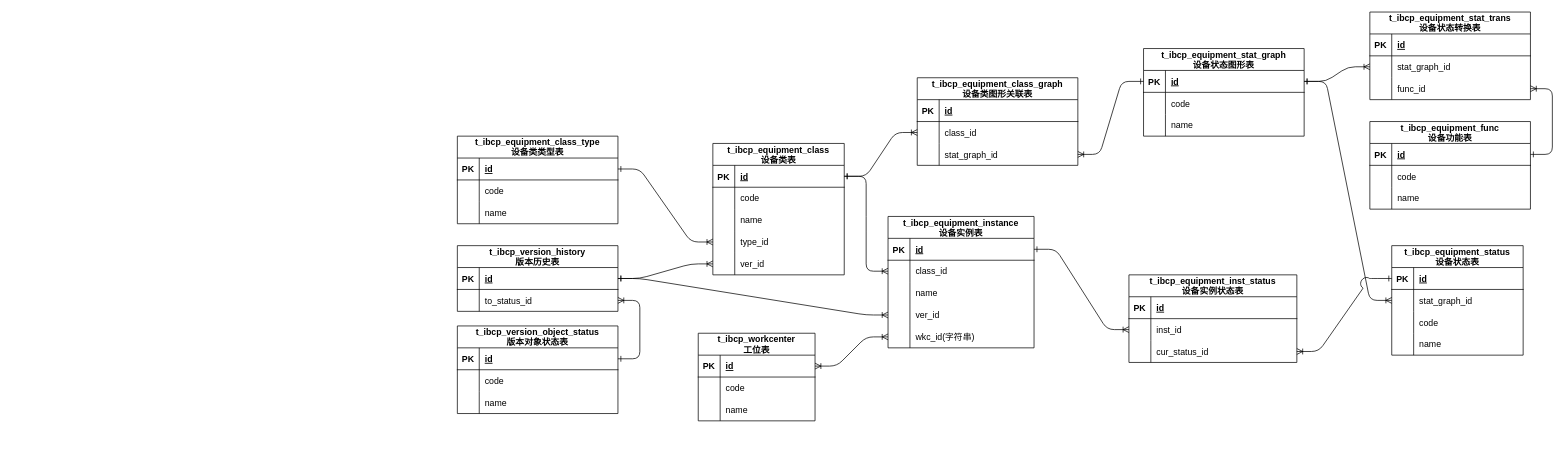
Earlier version of the draw.io diagram page "设备" (10 of 10) of mes/db.drawio (FreshCabbage666/drawio). Source tidied: cells renumbered, new cells numbered last; positions are measured from the earlier drawing's top-left corner, leaving out a move shared by most shapes. Both pictures are drawn from the tidied source at 73%, with x=0, y=0 at pixel (457, 12).
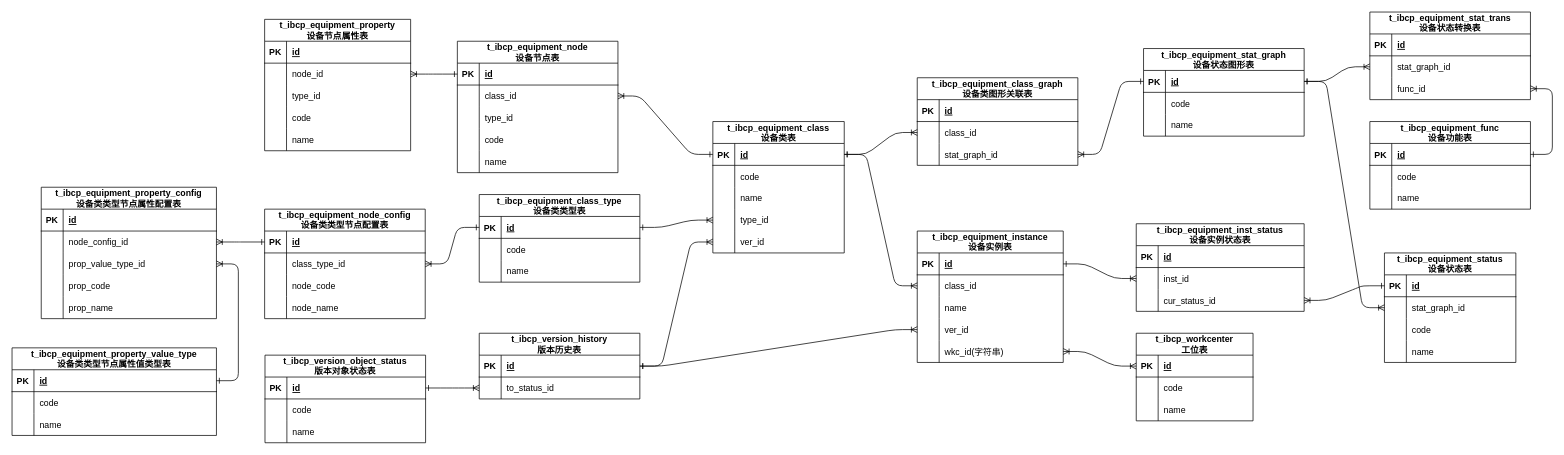
After the change.

The change refers to these unchanged cells:
```xml
<mxCell id="3" style="shape=partialRectangle;fillColor=none;points=[[0,0.5],[1,0.5]];portConstraint=eastwest;top=0;left=0;right=0;bottom=1;" parent="2" vertex="1">
  <mxGeometry y="30" width="180" height="30" as="geometry" />
</mxCell>
<mxCell id="20" style="shape=partialRectangle;fillColor=none;points=[[0,0.5],[1,0.5]];portConstraint=eastwest;top=0;left=0;right=0;bottom=1;" parent="19" vertex="1">
  <mxGeometry y="30" width="220" height="30" as="geometry" />
</mxCell>
```

What changed in the source:
```diff
@@
     <mxCell id="2" value="t_ibcp_equipment_class&#10;设备类表" style="shape=table;startSize=30;childLayout=tableLayout;rowLines=0;fontStyle=1;align=center;" parent="1" vertex="1">
-      <mxGeometry x="350" y="180" width="180" height="180" as="geometry" />
+      <mxGeometry x="350" y="150" width="180" height="180" as="geometry" />
     </mxCell>
@@
     <mxCell id="19" value="t_ibcp_equipment_class_type&#10;设备类类型表" style="shape=table;startSize=30;childLayout=tableLayout;rowLines=0;fontStyle=1;align=center;" parent="1" vertex="1">
-      <mxGeometry y="170" width="220" height="120" as="geometry" />
+      <mxGeometry x="30" y="250" width="220" height="120" as="geometry" />
     </mxCell>
@@
     <mxCell id="30" value="t_ibcp_version_object_status&#10;版本对象状态表" style="shape=table;startSize=30;childLayout=tableLayout;rowLines=0;fontStyle=1;align=center;" parent="1" vertex="1">
-      <mxGeometry y="430" width="220" height="120" as="geometry" />
+      <mxGeometry x="-263.5" y="470" width="220" height="120" as="geometry" />
     </mxCell>
@@
     <mxCell id="40" value="t_ibcp_version_history&#10;版本历史表" style="shape=table;startSize=30;childLayout=tableLayout;rowLines=0;fontStyle=1;align=center;" parent="1" vertex="1">
-      <mxGeometry y="320" width="220" height="90" as="geometry" />
+      <mxGeometry x="30" y="440" width="220" height="90" as="geometry" />
     </mxCell>
@@
     <mxCell id="59" value="t_ibcp_equipment_instance&#10;设备实例表" style="shape=table;startSize=30;childLayout=tableLayout;rowLines=0;fontStyle=1;align=center;" parent="1" vertex="1">
-      <mxGeometry x="590" y="280" width="200" height="180" as="geometry" />
+      <mxGeometry x="630" y="300" width="200" height="180" as="geometry" />
     </mxCell>
@@
     <mxCell id="76" value="t_ibcp_workcenter&#10;工位表" style="shape=table;startSize=30;childLayout=tableLayout;rowLines=0;fontStyle=1;align=center;" parent="1" vertex="1">
-      <mxGeometry x="330" y="440" width="160" height="120" as="geometry" />
+      <mxGeometry x="930" y="440" width="160" height="120" as="geometry" />
     </mxCell>
@@
     <mxCell id="98" value="t_ibcp_equipment_status&#10;设备状态表" style="shape=table;startSize=30;childLayout=tableLayout;rowLines=0;fontStyle=1;align=center;" parent="1" vertex="1">
-      <mxGeometry x="1280" y="320" width="180" height="150" as="geometry" />
+      <mxGeometry x="1270" y="330" width="180" height="150" as="geometry" />
     </mxCell>
@@
     <mxCell id="112" value="t_ibcp_equipment_inst_status&#10;设备实例状态表" style="shape=table;startSize=30;childLayout=tableLayout;rowLines=0;fontStyle=1;align=center;" parent="1" vertex="1">
-      <mxGeometry x="920" y="360" width="230" height="120" as="geometry" />
+      <mxGeometry x="930" y="290" width="230" height="120" as="geometry" />
     </mxCell>
@@
+    <mxCell id="147" value="t_ibcp_equipment_node_config&#10;设备类类型节点配置表" style="shape=table;startSize=30;childLayout=tableLayout;rowLines=0;fontStyle=1;align=center;" parent="1" vertex="1">
+      <mxGeometry x="-264" y="270" width="220" height="150" as="geometry" />
+    </mxCell>
+    <mxCell id="148" style="shape=partialRectangle;fillColor=none;points=[[0,0.5],[1,0.5]];portConstraint=eastwest;top=0;left=0;right=0;bottom=1;" parent="147" vertex="1">
+      <mxGeometry y="30" width="220" height="30" as="geometry" />
+    </mxCell>
+    <mxCell id="149" value="PK" style="shape=partialRectangle;overflow=hidden;fillColor=none;top=0;left=0;bottom=0;right=0;fontStyle=1;" parent="148" vertex="1">
+      <mxGeometry width="30" height="30" as="geometry" />
+    </mxCell>
+    <mxCell id="150" value="id" style="shape=partialRectangle;overflow=hidden;fillColor=none;top=0;left=0;bottom=0;right=0;align=left;spacingLeft=6;fontStyle=5;" parent="148" vertex="1">
+      <mxGeometry x="30" width="190" height="30" as="geometry" />
+    </mxCell>
+    <mxCell id="151" style="shape=partialRectangle;fillColor=none;points=[[0,0.5],[1,0.5]];portConstraint=eastwest;top=0;left=0;right=0;bottom=0;" parent="147" vertex="1">
+      <mxGeometry y="60" width="220" height="30" as="geometry" />
+    </mxCell>
+    <mxCell id="152" style="shape=partialRectangle;overflow=hidden;fillColor=none;top=0;left=0;bottom=0;right=0;" parent="151" vertex="1">
+      <mxGeometry width="30" height="30" as="geometry" />
+    </mxCell>
+    <mxCell id="153" value="class_type_id" style="shape=partialRectangle;overflow=hidden;fillColor=none;top=0;left=0;bottom=0;right=0;align=left;spacingLeft=6;" parent="151" vertex="1">
+      <mxGeometry x="30" width="190" height="30" as="geometry" />
+    </mxCell>
+    <mxCell id="154" style="shape=partialRectangle;fillColor=none;top=0;left=0;right=0;bottom=0;" parent="147" vertex="1">
+      <mxGeometry y="90" width="220" height="30" as="geometry" />
+    </mxCell>
+    <mxCell id="155" style="shape=partialRectangle;overflow=hidden;fillColor=none;top=0;left=0;bottom=0;right=0;" parent="154" vertex="1">
+      <mxGeometry width="30" height="30" as="geometry" />
+    </mxCell>
+    <mxCell id="156" value="node_code" style="shape=partialRectangle;overflow=hidden;fillColor=none;top=0;left=0;bottom=0;right=0;align=left;spacingLeft=6;" parent="154" vertex="1">
+      <mxGeometry x="30" width="190" height="30" as="geometry" />
+    </mxCell>
+    <mxCell id="157" style="shape=partialRectangle;fillColor=none;top=0;left=0;right=0;bottom=0;" parent="147" vertex="1">
+      <mxGeometry y="120" width="220" height="30" as="geometry" />
+    </mxCell>
+    <mxCell id="158" style="shape=partialRectangle;overflow=hidden;fillColor=none;top=0;left=0;bottom=0;right=0;" parent="157" vertex="1">
+      <mxGeometry width="30" height="30" as="geometry" />
+    </mxCell>
+    <mxCell id="159" value="node_name" style="shape=partialRectangle;overflow=hidden;fillColor=none;top=0;left=0;bottom=0;right=0;align=left;spacingLeft=6;" parent="157" vertex="1">
+      <mxGeometry x="30" width="190" height="30" as="geometry" />
+    </mxCell>
+    <mxCell id="160" style="edgeStyle=entityRelationEdgeStyle;endArrow=ERoneToMany;startArrow=ERone;endFill=0;startFill=0;" parent="1" edge="1" source="20" target="151">
+      <mxGeometry relative="1" as="geometry" />
+    </mxCell>
+    <mxCell id="161" value="t_ibcp_equipment_node&#10;设备节点表" style="shape=table;startSize=30;childLayout=tableLayout;rowLines=0;fontStyle=1;align=center;" parent="1" vertex="1">
+      <mxGeometry y="40" width="220" height="180" as="geometry" />
+    </mxCell>
+    <mxCell id="162" style="shape=partialRectangle;fillColor=none;points=[[0,0.5],[1,0.5]];portConstraint=eastwest;top=0;left=0;right=0;bottom=1;" parent="161" vertex="1">
+      <mxGeometry y="30" width="220" height="30" as="geometry" />
+    </mxCell>
+    <mxCell id="163" value="PK" style="shape=partialRectangle;overflow=hidden;fillColor=none;top=0;left=0;bottom=0;right=0;fontStyle=1;" parent="162" vertex="1">
+      <mxGeometry width="30" height="30" as="geometry" />
+    </mxCell>
+    <mxCell id="164" value="id" style="shape=partialRectangle;overflow=hidden;fillColor=none;top=0;left=0;bottom=0;right=0;align=left;spacingLeft=6;fontStyle=5;" parent="162" vertex="1">
+      <mxGeometry x="30" width="190" height="30" as="geometry" />
+    </mxCell>
+    <mxCell id="165" style="shape=partialRectangle;fillColor=none;points=[[0,0.5],[1,0.5]];portConstraint=eastwest;top=0;left=0;right=0;bottom=0;" parent="161" vertex="1">
+      <mxGeometry y="60" width="220" height="30" as="geometry" />
+    </mxCell>
+    <mxCell id="166" style="shape=partialRectangle;overflow=hidden;fillColor=none;top=0;left=0;bottom=0;right=0;" parent="165" vertex="1">
+      <mxGeometry width="30" height="30" as="geometry" />
+    </mxCell>
+    <mxCell id="167" value="class_id" style="shape=partialRectangle;overflow=hidden;fillColor=none;top=0;left=0;bottom=0;right=0;align=left;spacingLeft=6;" parent="165" vertex="1">
+      <mxGeometry x="30" width="190" height="30" as="geometry" />
+    </mxCell>
+    <mxCell id="168" style="shape=partialRectangle;fillColor=none;top=0;left=0;right=0;bottom=0;" parent="161" vertex="1">
+      <mxGeometry y="90" width="220" height="30" as="geometry" />
+    </mxCell>
+    <mxCell id="169" style="shape=partialRectangle;overflow=hidden;fillColor=none;top=0;left=0;bottom=0;right=0;" parent="168" vertex="1">
+      <mxGeometry width="30" height="30" as="geometry" />
+    </mxCell>
+    <mxCell id="170" value="type_id" style="shape=partialRectangle;overflow=hidden;fillColor=none;top=0;left=0;bottom=0;right=0;align=left;spacingLeft=6;" parent="168" vertex="1">
+      <mxGeometry x="30" width="190" height="30" as="geometry" />
+    </mxCell>
+    <mxCell id="171" style="shape=partialRectangle;fillColor=none;top=0;left=0;right=0;bottom=0;" parent="161" vertex="1">
+      <mxGeometry y="120" width="220" height="30" as="geometry" />
+    </mxCell>
+    <mxCell id="172" style="shape=partialRectangle;overflow=hidden;fillColor=none;top=0;left=0;bottom=0;right=0;" parent="171" vertex="1">
+      <mxGeometry width="30" height="30" as="geometry" />
+    </mxCell>
+    <mxCell id="173" value="code" style="shape=partialRectangle;overflow=hidden;fillColor=none;top=0;left=0;bottom=0;right=0;align=left;spacingLeft=6;" parent="171" vertex="1">
+      <mxGeometry x="30" width="190" height="30" as="geometry" />
+    </mxCell>
+    <mxCell id="174" style="shape=partialRectangle;fillColor=none;top=0;left=0;right=0;bottom=0;" parent="161" vertex="1">
+      <mxGeometry y="150" width="220" height="30" as="geometry" />
+    </mxCell>
+    <mxCell id="175" style="shape=partialRectangle;overflow=hidden;fillColor=none;top=0;left=0;bottom=0;right=0;" parent="174" vertex="1">
+      <mxGeometry width="30" height="30" as="geometry" />
+    </mxCell>
+    <mxCell id="176" value="name" style="shape=partialRectangle;overflow=hidden;fillColor=none;top=0;left=0;bottom=0;right=0;align=left;spacingLeft=6;" parent="174" vertex="1">
+      <mxGeometry x="30" width="190" height="30" as="geometry" />
+    </mxCell>
+    <mxCell id="177" value="t_ibcp_equipment_property_config&#10;设备类类型节点属性配置表" style="shape=table;startSize=30;childLayout=tableLayout;rowLines=0;fontStyle=1;align=center;" parent="1" vertex="1">
+      <mxGeometry x="-570" y="240" width="240" height="180" as="geometry" />
+    </mxCell>
+    <mxCell id="178" style="shape=partialRectangle;fillColor=none;top=0;left=0;right=0;bottom=1;" parent="177" vertex="1">
+      <mxGeometry y="30" width="240" height="30" as="geometry" />
+    </mxCell>
+    <mxCell id="179" value="PK" style="shape=partialRectangle;overflow=hidden;fillColor=none;top=0;left=0;bottom=0;right=0;fontStyle=1;" parent="178" vertex="1">
+      <mxGeometry width="30" height="30" as="geometry" />
+    </mxCell>
+    <mxCell id="180" value="id" style="shape=partialRectangle;overflow=hidden;fillColor=none;top=0;left=0;bottom=0;right=0;align=left;spacingLeft=6;fontStyle=5;" parent="178" vertex="1">
+      <mxGeometry x="30" width="210" height="30" as="geometry" />
+    </mxCell>
+    <mxCell id="181" style="shape=partialRectangle;fillColor=none;points=[[0,0.5],[1,0.5]];portConstraint=eastwest;top=0;left=0;right=0;bottom=0;" parent="177" vertex="1">
+      <mxGeometry y="60" width="240" height="30" as="geometry" />
+    </mxCell>
+    <mxCell id="182" style="shape=partialRectangle;overflow=hidden;fillColor=none;top=0;left=0;bottom=0;right=0;" parent="181" vertex="1">
+      <mxGeometry width="30" height="30" as="geometry" />
+    </mxCell>
+    <mxCell id="183" value="node_config_id" style="shape=partialRectangle;overflow=hidden;fillColor=none;top=0;left=0;bottom=0;right=0;align=left;spacingLeft=6;" parent="181" vertex="1">
+      <mxGeometry x="30" width="210" height="30" as="geometry" />
+    </mxCell>
+    <mxCell id="184" style="shape=partialRectangle;fillColor=none;points=[[0,0.5],[1,0.5]];portConstraint=eastwest;top=0;left=0;right=0;bottom=0;" parent="177" vertex="1">
+      <mxGeometry y="90" width="240" height="30" as="geometry" />
+    </mxCell>
+    <mxCell id="185" style="shape=partialRectangle;overflow=hidden;fillColor=none;top=0;left=0;bottom=0;right=0;" parent="184" vertex="1">
+      <mxGeometry width="30" height="30" as="geometry" />
+    </mxCell>
+    <mxCell id="186" value="prop_value_type_id" style="shape=partialRectangle;overflow=hidden;fillColor=none;top=0;left=0;bottom=0;right=0;align=left;spacingLeft=6;" parent="184" vertex="1">
+      <mxGeometry x="30" width="210" height="30" as="geometry" />
+    </mxCell>
+    <mxCell id="187" style="shape=partialRectangle;fillColor=none;top=0;left=0;right=0;bottom=0;" parent="177" vertex="1">
+      <mxGeometry y="120" width="240" height="30" as="geometry" />
+    </mxCell>
+    <mxCell id="188" style="shape=partialRectangle;overflow=hidden;fillColor=none;top=0;left=0;bottom=0;right=0;" parent="187" vertex="1">
+      <mxGeometry width="30" height="30" as="geometry" />
+    </mxCell>
+    <mxCell id="189" value="prop_code" style="shape=partialRectangle;overflow=hidden;fillColor=none;top=0;left=0;bottom=0;right=0;align=left;spacingLeft=6;" parent="187" vertex="1">
+      <mxGeometry x="30" width="210" height="30" as="geometry" />
+    </mxCell>
+    <mxCell id="190" style="shape=partialRectangle;fillColor=none;top=0;left=0;right=0;bottom=0;" parent="177" vertex="1">
+      <mxGeometry y="150" width="240" height="30" as="geometry" />
+    </mxCell>
+    <mxCell id="191" style="shape=partialRectangle;overflow=hidden;fillColor=none;top=0;left=0;bottom=0;right=0;" parent="190" vertex="1">
+      <mxGeometry width="30" height="30" as="geometry" />
+    </mxCell>
+    <mxCell id="192" value="prop_name" style="shape=partialRectangle;overflow=hidden;fillColor=none;top=0;left=0;bottom=0;right=0;align=left;spacingLeft=6;" parent="190" vertex="1">
+      <mxGeometry x="30" width="210" height="30" as="geometry" />
+    </mxCell>
+    <mxCell id="193" style="edgeStyle=entityRelationEdgeStyle;endArrow=ERoneToMany;startArrow=ERone;endFill=0;startFill=0;" parent="1" edge="1" source="148" target="181">
+      <mxGeometry relative="1" as="geometry" />
+    </mxCell>
+    <mxCell id="194" value="t_ibcp_equipment_property_value_type&#10;设备类类型节点属性值类型表" style="shape=table;startSize=30;childLayout=tableLayout;rowLines=0;fontStyle=1;align=center;" parent="1" vertex="1">
+      <mxGeometry x="-610" y="460" width="280" height="120" as="geometry" />
+    </mxCell>
+    <mxCell id="195" style="shape=partialRectangle;fillColor=none;points=[[0,0.5],[1,0.5]];portConstraint=eastwest;top=0;left=0;right=0;bottom=1;" parent="194" vertex="1">
+      <mxGeometry y="30" width="280" height="30" as="geometry" />
+    </mxCell>
+    <mxCell id="196" value="PK" style="shape=partialRectangle;overflow=hidden;fillColor=none;top=0;left=0;bottom=0;right=0;fontStyle=1;" parent="195" vertex="1">
+      <mxGeometry width="30" height="30" as="geometry" />
+    </mxCell>
+    <mxCell id="197" value="id" style="shape=partialRectangle;overflow=hidden;fillColor=none;top=0;left=0;bottom=0;right=0;align=left;spacingLeft=6;fontStyle=5;" parent="195" vertex="1">
+      <mxGeometry x="30" width="250" height="30" as="geometry" />
+    </mxCell>
+    <mxCell id="198" style="shape=partialRectangle;fillColor=none;top=0;left=0;right=0;bottom=0;" parent="194" vertex="1">
+      <mxGeometry y="60" width="280" height="30" as="geometry" />
+    </mxCell>
+    <mxCell id="199" style="shape=partialRectangle;overflow=hidden;fillColor=none;top=0;left=0;bottom=0;right=0;" parent="198" vertex="1">
+      <mxGeometry width="30" height="30" as="geometry" />
+    </mxCell>
+    <mxCell id="200" value="code" style="shape=partialRectangle;overflow=hidden;fillColor=none;top=0;left=0;bottom=0;right=0;align=left;spacingLeft=6;" parent="198" vertex="1">
+      <mxGeometry x="30" width="250" height="30" as="geometry" />
+    </mxCell>
+    <mxCell id="201" style="shape=partialRectangle;fillColor=none;top=0;left=0;right=0;bottom=0;" parent="194" vertex="1">
+      <mxGeometry y="90" width="280" height="30" as="geometry" />
+    </mxCell>
+    <mxCell id="202" style="shape=partialRectangle;overflow=hidden;fillColor=none;top=0;left=0;bottom=0;right=0;" parent="201" vertex="1">
+      <mxGeometry width="30" height="30" as="geometry" />
+    </mxCell>
+    <mxCell id="203" value="name" style="shape=partialRectangle;overflow=hidden;fillColor=none;top=0;left=0;bottom=0;right=0;align=left;spacingLeft=6;" parent="201" vertex="1">
+      <mxGeometry x="30" width="250" height="30" as="geometry" />
+    </mxCell>
+    <mxCell id="204" style="edgeStyle=entityRelationEdgeStyle;endArrow=ERoneToMany;startArrow=ERone;endFill=0;startFill=0;" parent="1" edge="1" source="195" target="184">
+      <mxGeometry relative="1" as="geometry" />
+    </mxCell>
+    <mxCell id="205" style="edgeStyle=entityRelationEdgeStyle;endArrow=ERoneToMany;startArrow=ERone;endFill=0;startFill=0;" parent="1" edge="1" source="3" target="165">
+      <mxGeometry relative="1" as="geometry" />
+    </mxCell>
+    <mxCell id="206" value="t_ibcp_equipment_property&#10;设备节点属性表" style="shape=table;startSize=30;childLayout=tableLayout;rowLines=0;fontStyle=1;align=center;" parent="1" vertex="1">
+      <mxGeometry x="-264" y="10" width="200" height="180" as="geometry" />
+    </mxCell>
+    <mxCell id="207" style="shape=partialRectangle;fillColor=none;top=0;left=0;right=0;bottom=1;" parent="206" vertex="1">
+      <mxGeometry y="30" width="200" height="30" as="geometry" />
+    </mxCell>
+    <mxCell id="208" value="PK" style="shape=partialRectangle;overflow=hidden;fillColor=none;top=0;left=0;bottom=0;right=0;fontStyle=1;" parent="207" vertex="1">
+      <mxGeometry width="30" height="30" as="geometry" />
+    </mxCell>
+    <mxCell id="209" value="id" style="shape=partialRectangle;overflow=hidden;fillColor=none;top=0;left=0;bottom=0;right=0;align=left;spacingLeft=6;fontStyle=5;" parent="207" vertex="1">
+      <mxGeometry x="30" width="170" height="30" as="geometry" />
+    </mxCell>
+    <mxCell id="210" style="shape=partialRectangle;fillColor=none;points=[[0,0.5],[1,0.5]];portConstraint=eastwest;top=0;left=0;right=0;bottom=0;" parent="206" vertex="1">
+      <mxGeometry y="60" width="200" height="30" as="geometry" />
+    </mxCell>
+    <mxCell id="211" style="shape=partialRectangle;overflow=hidden;fillColor=none;top=0;left=0;bottom=0;right=0;" parent="210" vertex="1">
+      <mxGeometry width="30" height="30" as="geometry" />
+    </mxCell>
+    <mxCell id="212" value="node_id" style="shape=partialRectangle;overflow=hidden;fillColor=none;top=0;left=0;bottom=0;right=0;align=left;spacingLeft=6;" parent="210" vertex="1">
+      <mxGeometry x="30" width="170" height="30" as="geometry" />
+    </mxCell>
+    <mxCell id="213" style="shape=partialRectangle;fillColor=none;top=0;left=0;right=0;bottom=0;" parent="206" vertex="1">
+      <mxGeometry y="90" width="200" height="30" as="geometry" />
+    </mxCell>
+    <mxCell id="214" style="shape=partialRectangle;overflow=hidden;fillColor=none;top=0;left=0;bottom=0;right=0;" parent="213" vertex="1">
+      <mxGeometry width="30" height="30" as="geometry" />
+    </mxCell>
+    <mxCell id="215" value="type_id" style="shape=partialRectangle;overflow=hidden;fillColor=none;top=0;left=0;bottom=0;right=0;align=left;spacingLeft=6;" parent="213" vertex="1">
+      <mxGeometry x="30" width="170" height="30" as="geometry" />
+    </mxCell>
+    <mxCell id="216" style="shape=partialRectangle;fillColor=none;top=0;left=0;right=0;bottom=0;" parent="206" vertex="1">
+      <mxGeometry y="120" width="200" height="30" as="geometry" />
+    </mxCell>
+    <mxCell id="217" style="shape=partialRectangle;overflow=hidden;fillColor=none;top=0;left=0;bottom=0;right=0;" parent="216" vertex="1">
+      <mxGeometry width="30" height="30" as="geometry" />
+    </mxCell>
+    <mxCell id="218" value="code" style="shape=partialRectangle;overflow=hidden;fillColor=none;top=0;left=0;bottom=0;right=0;align=left;spacingLeft=6;" parent="216" vertex="1">
+      <mxGeometry x="30" width="170" height="30" as="geometry" />
+    </mxCell>
+    <mxCell id="219" style="shape=partialRectangle;fillColor=none;top=0;left=0;right=0;bottom=0;" parent="206" vertex="1">
+      <mxGeometry y="150" width="200" height="30" as="geometry" />
+    </mxCell>
+    <mxCell id="220" style="shape=partialRectangle;overflow=hidden;fillColor=none;top=0;left=0;bottom=0;right=0;" parent="219" vertex="1">
+      <mxGeometry width="30" height="30" as="geometry" />
+    </mxCell>
+    <mxCell id="221" value="name" style="shape=partialRectangle;overflow=hidden;fillColor=none;top=0;left=0;bottom=0;right=0;align=left;spacingLeft=6;" parent="219" vertex="1">
+      <mxGeometry x="30" width="170" height="30" as="geometry" />
+    </mxCell>
+    <mxCell id="222" style="edgeStyle=entityRelationEdgeStyle;endArrow=ERoneToMany;startArrow=ERone;endFill=0;startFill=0;" parent="1" edge="1" source="162" target="210">
+      <mxGeometry relative="1" as="geometry" />
+    </mxCell>
```
